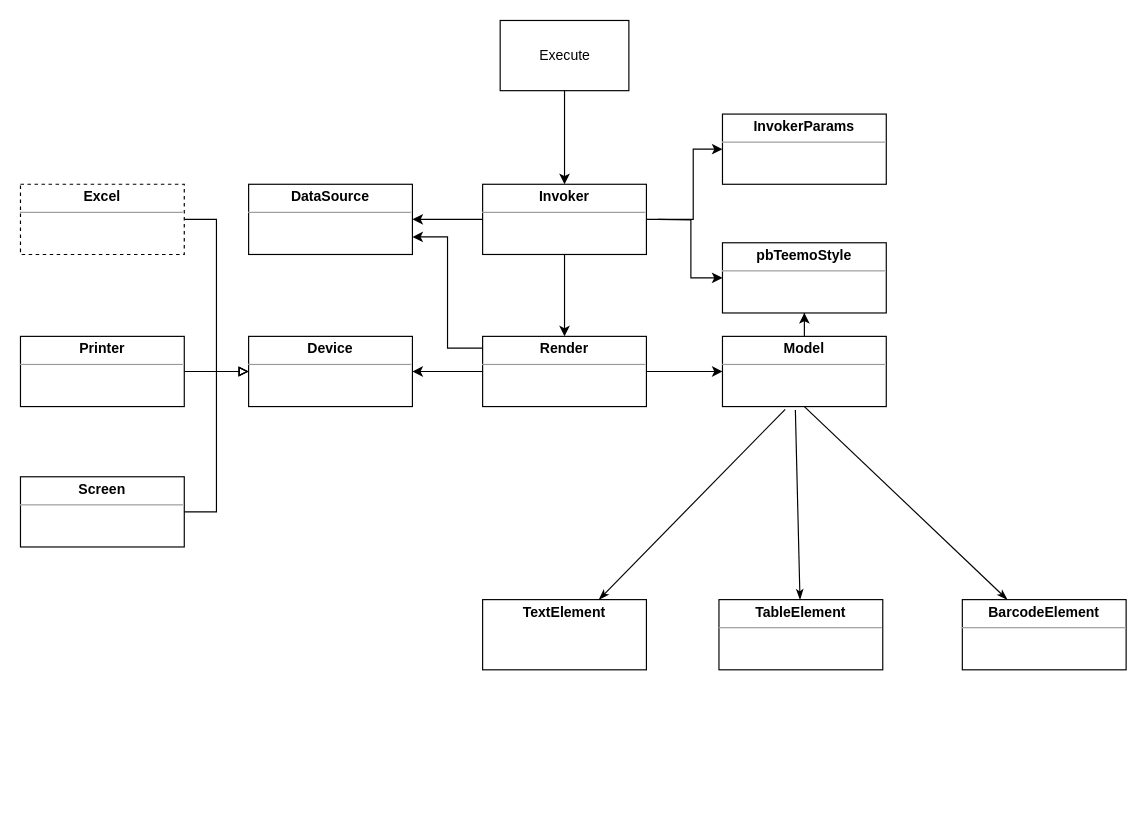
Before: page "类图" (5 of 5) of teemoactivex.drawio in mashifei/uml, a draw.io diagram. Source tidied: cells renumbered, new cells numbered last; positions are measured from the earlier drawing's top-left corner, leaving out a move shared by most shapes. Both pictures are drawn from the tidied source at 117%, with x=0, y=0 at pixel (20, 20).
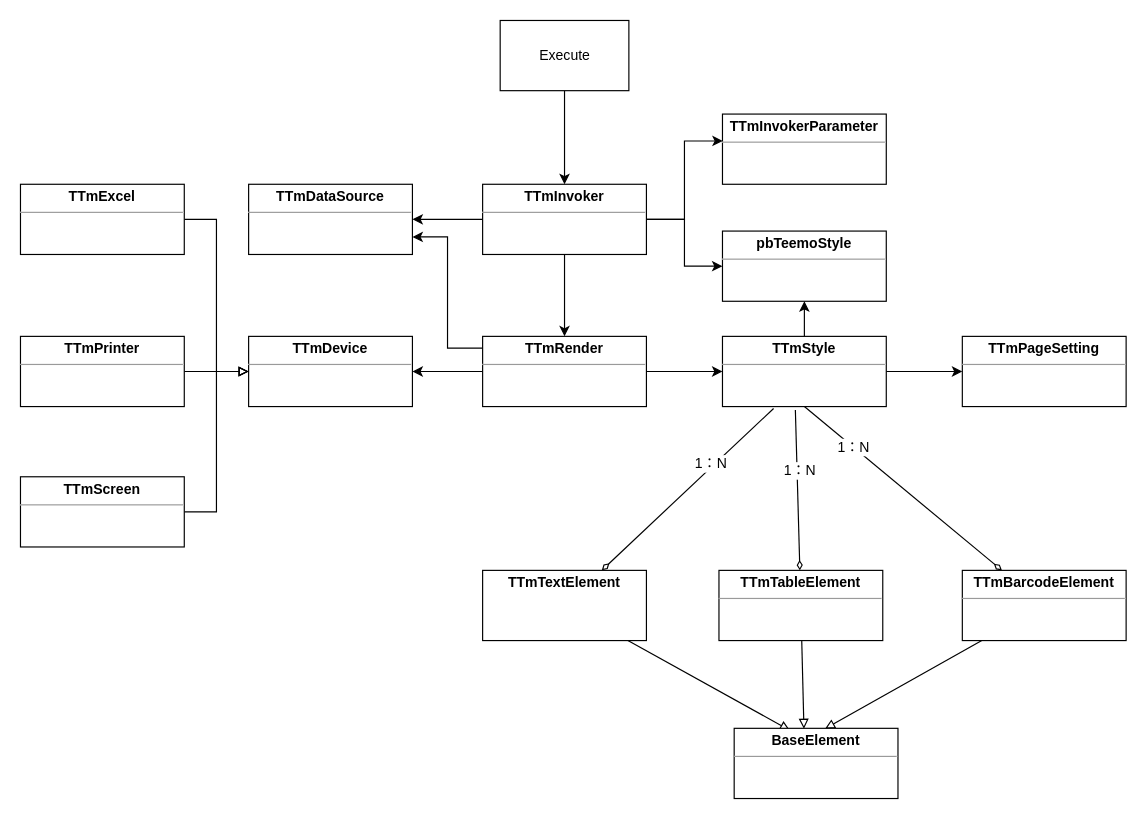
The same diagram, later.

The edit, as a diff of the source:
```diff
@@
+    <mxCell id="6" style="edgeStyle=orthogonalEdgeStyle;rounded=0;jettySize=auto;html=1;entryX=1;entryY=0.5;entryDx=0;entryDy=0;" parent="1" edge="1" source="7" target="24">
+      <mxGeometry relative="1" as="geometry" />
+    </mxCell>
-    <mxCell id="5" style="edgeStyle=orthogonalEdgeStyle;rounded=0;jettySize=auto;html=1;entryX=0;entryY=0.5;entryDx=0;entryDy=0;" parent="1" edge="1" source="7" target="14">
-      <mxGeometry relative="1" as="geometry">
-        <Array as="points">
-          <mxPoint x="575" y="170" />
-          <mxPoint x="575" y="110" />
-        </Array>
-      </mxGeometry>
+    <mxCell id="5" style="edgeStyle=orthogonalEdgeStyle;rounded=0;jettySize=auto;html=1;entryX=0.002;entryY=0.383;entryDx=0;entryDy=0;entryPerimeter=0;startArrow=none;startFill=0;" parent="1" edge="1" source="7" target="14">
+      <mxGeometry relative="1" as="geometry" />
     </mxCell>
-    <mxCell id="6" style="edgeStyle=orthogonalEdgeStyle;rounded=0;jettySize=auto;html=1;entryX=1;entryY=0.5;entryDx=0;entryDy=0;" parent="1" edge="1" source="7" target="24">
-      <mxGeometry relative="1" as="geometry" />
-    </mxCell>
+    <mxCell id="31" style="edgeStyle=orthogonalEdgeStyle;rounded=0;jettySize=auto;html=1;entryX=0;entryY=0.5;entryDx=0;entryDy=0;startArrow=none;startFill=0;" parent="1" edge="1" source="7" target="8">
+      <mxGeometry relative="1" as="geometry" />
+    </mxCell>
-    <mxCell id="7" value="&lt;p style=&quot;margin: 0px ; margin-top: 4px ; text-align: center&quot;&gt;&lt;b&gt;Invoker&lt;/b&gt;&lt;/p&gt;&lt;hr size=&quot;1&quot;&gt;&lt;div style=&quot;height: 2px&quot;&gt;&lt;/div&gt;" style="verticalAlign=top;align=left;overflow=fill;fontSize=12;fontFamily=Helvetica;html=1;" parent="1" vertex="1">
+    <mxCell id="7" value="&lt;p style=&quot;margin: 0px ; margin-top: 4px ; text-align: center&quot;&gt;&lt;b&gt;TTmInvoker&lt;/b&gt;&lt;/p&gt;&lt;hr size=&quot;1&quot;&gt;&lt;div style=&quot;height: 2px&quot;&gt;&lt;/div&gt;" style="verticalAlign=top;align=left;overflow=fill;fontSize=12;fontFamily=Helvetica;html=1;" parent="1" vertex="1">
       <mxGeometry x="395" y="140" width="140" height="60" as="geometry" />
     </mxCell>
     <mxCell id="8" value="&lt;p style=&quot;margin: 0px ; margin-top: 4px ; text-align: center&quot;&gt;&lt;b&gt;pbTeemoStyle&lt;/b&gt;&lt;/p&gt;&lt;hr size=&quot;1&quot;&gt;&lt;div style=&quot;height: 2px&quot;&gt;&lt;/div&gt;" style="verticalAlign=top;align=left;overflow=fill;fontSize=12;fontFamily=Helvetica;html=1;" parent="1" vertex="1">
-      <mxGeometry x="600" y="190" width="140" height="60" as="geometry" />
+      <mxGeometry x="600" y="180" width="140" height="60" as="geometry" />
     </mxCell>
@@
-    <mxCell id="10" style="edgeStyle=orthogonalEdgeStyle;rounded=0;jettySize=auto;html=1;entryX=0;entryY=0.5;entryDx=0;entryDy=0;" parent="1" edge="1" target="8">
-      <mxGeometry relative="1" as="geometry">
-        <mxPoint x="545" y="170" as="sourcePoint" />
-      </mxGeometry>
-    </mxCell>
-    <mxCell id="11" style="edgeStyle=orthogonalEdgeStyle;rounded=0;jettySize=auto;html=1;entryX=0;entryY=0.5;entryDx=0;entryDy=0;" parent="1" edge="1" source="13" target="23">
-      <mxGeometry relative="1" as="geometry" />
-    </mxCell>
@@
+    <mxCell id="32" style="edgeStyle=orthogonalEdgeStyle;rounded=0;jettySize=auto;html=1;entryX=0;entryY=0.5;entryDx=0;entryDy=0;" parent="1" edge="1" source="13">
+      <mxGeometry relative="1" as="geometry">
+        <mxPoint x="600" y="300" as="targetPoint" />
+      </mxGeometry>
+    </mxCell>
-    <mxCell id="13" value="&lt;p style=&quot;margin: 0px ; margin-top: 4px ; text-align: center&quot;&gt;&lt;b&gt;Render&lt;/b&gt;&lt;/p&gt;&lt;hr size=&quot;1&quot;&gt;&lt;div style=&quot;height: 2px&quot;&gt;&lt;/div&gt;" style="verticalAlign=top;align=left;overflow=fill;fontSize=12;fontFamily=Helvetica;html=1;" parent="1" vertex="1">
+    <mxCell id="13" value="&lt;p style=&quot;margin: 0px ; margin-top: 4px ; text-align: center&quot;&gt;&lt;b&gt;TTmRender&lt;/b&gt;&lt;/p&gt;&lt;hr size=&quot;1&quot;&gt;&lt;div style=&quot;height: 2px&quot;&gt;&lt;/div&gt;" style="verticalAlign=top;align=left;overflow=fill;fontSize=12;fontFamily=Helvetica;html=1;" parent="1" vertex="1">
       <mxGeometry x="395" y="270" width="140" height="60" as="geometry" />
     </mxCell>
-    <mxCell id="14" value="&lt;p style=&quot;margin: 0px ; margin-top: 4px ; text-align: center&quot;&gt;&lt;b&gt;InvokerParams&lt;/b&gt;&lt;/p&gt;&lt;hr size=&quot;1&quot;&gt;&lt;div style=&quot;height: 2px&quot;&gt;&lt;/div&gt;" style="verticalAlign=top;align=left;overflow=fill;fontSize=12;fontFamily=Helvetica;html=1;" parent="1" vertex="1">
+    <mxCell id="14" value="&lt;p style=&quot;margin: 0px ; margin-top: 4px ; text-align: center&quot;&gt;&lt;b&gt;TTmInvokerParameter&lt;/b&gt;&lt;/p&gt;&lt;hr size=&quot;1&quot;&gt;&lt;div style=&quot;height: 2px&quot;&gt;&lt;br&gt;&lt;/div&gt;" style="verticalAlign=top;align=left;overflow=fill;fontSize=12;fontFamily=Helvetica;html=1;" parent="1" vertex="1">
       <mxGeometry x="600" y="80" width="140" height="60" as="geometry" />
     </mxCell>
-    <mxCell id="15" style="rounded=0;jettySize=auto;html=1;entryX=0.383;entryY=1.039;entryDx=0;entryDy=0;endArrow=none;endFill=0;entryPerimeter=0;startArrow=classicThin;startFill=1;" parent="1" edge="1" source="16" target="23">
+    <mxCell id="15" style="rounded=0;jettySize=auto;html=1;endArrow=none;endFill=0;startArrow=diamondThin;startFill=0;entryX=0.312;entryY=1.028;entryDx=0;entryDy=0;entryPerimeter=0;" parent="1" edge="1" source="16" target="23">
       <mxGeometry relative="1" as="geometry" />
     </mxCell>
+    <mxCell id="33" value="1：N" style="text;html=1;align=center;verticalAlign=middle;labelBackgroundColor=#ffffff;" parent="15" vertex="1">
+      <mxGeometry x="0.3" y="2" relative="1" as="geometry">
+        <mxPoint x="-1" as="offset" />
+      </mxGeometry>
+    </mxCell>
+    <mxCell id="34" style="rounded=0;jettySize=auto;html=1;entryX=0.34;entryY=0.028;entryDx=0;entryDy=0;entryPerimeter=0;endArrow=block;endFill=0;" parent="1" edge="1" source="16" target="40">
+      <mxGeometry relative="1" as="geometry" />
+    </mxCell>
-    <mxCell id="16" value="&lt;p style=&quot;margin: 0px ; margin-top: 4px ; text-align: center&quot;&gt;&lt;b&gt;TextElement&lt;/b&gt;&lt;/p&gt;" style="verticalAlign=top;align=left;overflow=fill;fontSize=12;fontFamily=Helvetica;html=1;" parent="1" vertex="1">
-      <mxGeometry x="395" y="495" width="140" height="60" as="geometry" />
+    <mxCell id="16" value="&lt;p style=&quot;margin: 0px ; margin-top: 4px ; text-align: center&quot;&gt;&lt;b&gt;TTmTextElement&lt;/b&gt;&lt;/p&gt;" style="verticalAlign=top;align=left;overflow=fill;fontSize=12;fontFamily=Helvetica;html=1;gradientColor=none;" parent="1" vertex="1">
+      <mxGeometry x="395" y="470" width="140" height="60" as="geometry" />
     </mxCell>
-    <mxCell id="17" style="rounded=0;jettySize=auto;html=1;entryX=0.445;entryY=1.05;entryDx=0;entryDy=0;endArrow=none;endFill=0;entryPerimeter=0;startArrow=classicThin;startFill=1;" parent="1" edge="1" source="18" target="23">
+    <mxCell id="17" style="rounded=0;jettySize=auto;html=1;entryX=0.445;entryY=1.05;entryDx=0;entryDy=0;endArrow=none;endFill=0;entryPerimeter=0;startArrow=diamondThin;startFill=0;" parent="1" edge="1" source="18" target="23">
       <mxGeometry relative="1" as="geometry" />
     </mxCell>
+    <mxCell id="35" value="1：N" style="text;html=1;align=center;verticalAlign=middle;labelBackgroundColor=#ffffff;" parent="17" vertex="1">
+      <mxGeometry x="0.24" y="-2" relative="1" as="geometry" />
+    </mxCell>
+    <mxCell id="36" style="edgeStyle=none;rounded=0;jettySize=auto;html=1;entryX=0.426;entryY=0.006;entryDx=0;entryDy=0;entryPerimeter=0;endArrow=block;endFill=0;" parent="1" edge="1" source="18" target="40">
+      <mxGeometry relative="1" as="geometry" />
+    </mxCell>
-    <mxCell id="18" value="&lt;p style=&quot;margin: 0px ; margin-top: 4px ; text-align: center&quot;&gt;&lt;b&gt;TableElement&lt;/b&gt;&lt;/p&gt;&lt;hr size=&quot;1&quot;&gt;&lt;div style=&quot;height: 2px&quot;&gt;&lt;/div&gt;" style="verticalAlign=top;align=left;overflow=fill;fontSize=12;fontFamily=Helvetica;html=1;" parent="1" vertex="1">
-      <mxGeometry x="597" y="495" width="140" height="60" as="geometry" />
+    <mxCell id="18" value="&lt;p style=&quot;margin: 0px ; margin-top: 4px ; text-align: center&quot;&gt;&lt;b&gt;TTmTableElement&lt;/b&gt;&lt;/p&gt;&lt;hr size=&quot;1&quot;&gt;&lt;div style=&quot;height: 2px&quot;&gt;&lt;/div&gt;" style="verticalAlign=top;align=left;overflow=fill;fontSize=12;fontFamily=Helvetica;html=1;" parent="1" vertex="1">
+      <mxGeometry x="597" y="470" width="140" height="60" as="geometry" />
     </mxCell>
-    <mxCell id="19" style="rounded=0;jettySize=auto;html=1;endArrow=none;endFill=0;entryX=0.5;entryY=1;entryDx=0;entryDy=0;startArrow=classicThin;startFill=1;" parent="1" edge="1" source="20" target="23">
+    <mxCell id="19" style="rounded=0;jettySize=auto;html=1;endArrow=none;endFill=0;entryX=0.5;entryY=1;entryDx=0;entryDy=0;startArrow=diamondThin;startFill=0;" parent="1" edge="1" source="20" target="23">
       <mxGeometry relative="1" as="geometry" />
     </mxCell>
+    <mxCell id="37" value="1：N" style="text;html=1;align=center;verticalAlign=middle;labelBackgroundColor=#ffffff;" parent="19" vertex="1">
+      <mxGeometry x="0.51" relative="1" as="geometry" />
+    </mxCell>
+    <mxCell id="38" style="edgeStyle=none;rounded=0;jettySize=auto;html=1;entryX=0.555;entryY=0.006;entryDx=0;entryDy=0;entryPerimeter=0;endArrow=block;endFill=0;" parent="1" edge="1" source="20" target="40">
+      <mxGeometry relative="1" as="geometry" />
+    </mxCell>
-    <mxCell id="20" value="&lt;p style=&quot;margin: 0px ; margin-top: 4px ; text-align: center&quot;&gt;&lt;b&gt;BarcodeElement&lt;/b&gt;&lt;/p&gt;&lt;hr size=&quot;1&quot;&gt;&lt;div style=&quot;height: 2px&quot;&gt;&lt;/div&gt;" style="verticalAlign=top;align=left;overflow=fill;fontSize=12;fontFamily=Helvetica;html=1;" parent="1" vertex="1">
-      <mxGeometry x="805" y="495" width="140" height="60" as="geometry" />
+    <mxCell id="20" value="&lt;p style=&quot;margin: 0px ; margin-top: 4px ; text-align: center&quot;&gt;&lt;b&gt;TTmBarcodeElement&lt;/b&gt;&lt;/p&gt;&lt;hr size=&quot;1&quot;&gt;&lt;div style=&quot;height: 2px&quot;&gt;&lt;/div&gt;" style="verticalAlign=top;align=left;overflow=fill;fontSize=12;fontFamily=Helvetica;html=1;" parent="1" vertex="1">
+      <mxGeometry x="805" y="470" width="140" height="60" as="geometry" />
     </mxCell>
-    <mxCell id="21" value="&lt;p style=&quot;margin: 0px ; margin-top: 4px ; text-align: center&quot;&gt;&lt;b&gt;Device&lt;/b&gt;&lt;/p&gt;&lt;hr size=&quot;1&quot;&gt;&lt;div style=&quot;height: 2px&quot;&gt;&lt;/div&gt;" style="verticalAlign=top;align=left;overflow=fill;fontSize=12;fontFamily=Helvetica;html=1;" parent="1" vertex="1">
+    <mxCell id="21" value="&lt;p style=&quot;margin: 0px ; margin-top: 4px ; text-align: center&quot;&gt;&lt;b&gt;TTmDevice&lt;/b&gt;&lt;/p&gt;&lt;hr size=&quot;1&quot;&gt;&lt;div style=&quot;height: 2px&quot;&gt;&lt;/div&gt;" style="verticalAlign=top;align=left;overflow=fill;fontSize=12;fontFamily=Helvetica;html=1;" parent="1" vertex="1">
       <mxGeometry x="195" y="270" width="140" height="60" as="geometry" />
     </mxCell>
+    <mxCell id="39" style="edgeStyle=orthogonalEdgeStyle;rounded=0;jettySize=auto;html=1;entryX=0;entryY=0.5;entryDx=0;entryDy=0;startArrow=none;startFill=0;" parent="1" edge="1" source="23" target="41">
+      <mxGeometry relative="1" as="geometry" />
+    </mxCell>
-    <mxCell id="22" style="edgeStyle=orthogonalEdgeStyle;rounded=0;jettySize=auto;html=1;entryX=0.5;entryY=1;entryDx=0;entryDy=0;" parent="1" edge="1" source="23" target="8">
+    <mxCell id="22" style="edgeStyle=orthogonalEdgeStyle;rounded=0;jettySize=auto;html=1;entryX=0.5;entryY=1;entryDx=0;entryDy=0;startArrow=none;startFill=0;" parent="1" edge="1" source="23" target="8">
       <mxGeometry relative="1" as="geometry" />
     </mxCell>
-    <mxCell id="23" value="&lt;p style=&quot;margin: 0px ; margin-top: 4px ; text-align: center&quot;&gt;&lt;b&gt;Model&lt;/b&gt;&lt;/p&gt;&lt;hr size=&quot;1&quot;&gt;&lt;div style=&quot;height: 2px&quot;&gt;&lt;/div&gt;" style="verticalAlign=top;align=left;overflow=fill;fontSize=12;fontFamily=Helvetica;html=1;" parent="1" vertex="1">
+    <mxCell id="23" value="&lt;p style=&quot;margin: 0px ; margin-top: 4px ; text-align: center&quot;&gt;&lt;b&gt;TTmStyle&lt;/b&gt;&lt;/p&gt;&lt;hr size=&quot;1&quot;&gt;&lt;div style=&quot;height: 2px&quot;&gt;&lt;/div&gt;" style="verticalAlign=top;align=left;overflow=fill;fontSize=12;fontFamily=Helvetica;html=1;" parent="1" vertex="1">
       <mxGeometry x="600" y="270" width="140" height="60" as="geometry" />
     </mxCell>
-    <mxCell id="24" value="&lt;p style=&quot;margin: 0px ; margin-top: 4px ; text-align: center&quot;&gt;&lt;b&gt;DataSource&lt;/b&gt;&lt;/p&gt;&lt;hr size=&quot;1&quot;&gt;&lt;div style=&quot;height: 2px&quot;&gt;&lt;/div&gt;" style="verticalAlign=top;align=left;overflow=fill;fontSize=12;fontFamily=Helvetica;html=1;" parent="1" vertex="1">
+    <mxCell id="24" value="&lt;p style=&quot;margin: 0px ; margin-top: 4px ; text-align: center&quot;&gt;&lt;b&gt;TTmDataSource&lt;/b&gt;&lt;/p&gt;&lt;hr size=&quot;1&quot;&gt;&lt;div style=&quot;height: 2px&quot;&gt;&lt;/div&gt;" style="verticalAlign=top;align=left;overflow=fill;fontSize=12;fontFamily=Helvetica;html=1;" parent="1" vertex="1">
       <mxGeometry x="195" y="140" width="140" height="60" as="geometry" />
     </mxCell>
@@
-    <mxCell id="26" value="&lt;p style=&quot;margin: 0px ; margin-top: 4px ; text-align: center&quot;&gt;&lt;b&gt;Excel&lt;/b&gt;&lt;/p&gt;&lt;hr size=&quot;1&quot;&gt;&lt;div style=&quot;height: 2px&quot;&gt;&lt;/div&gt;" style="verticalAlign=top;align=left;overflow=fill;fontSize=12;fontFamily=Helvetica;html=1;dashed=1;" parent="1" vertex="1">
+    <mxCell id="26" value="&lt;p style=&quot;margin: 0px ; margin-top: 4px ; text-align: center&quot;&gt;&lt;b&gt;TTmExcel&lt;/b&gt;&lt;/p&gt;&lt;hr size=&quot;1&quot;&gt;&lt;div style=&quot;height: 2px&quot;&gt;&lt;/div&gt;" style="verticalAlign=top;align=left;overflow=fill;fontSize=12;fontFamily=Helvetica;html=1;" parent="1" vertex="1">
       <mxGeometry y="140" width="140" height="60" as="geometry" />
     </mxCell>
@@
-    <mxCell id="28" value="&lt;p style=&quot;margin: 0px ; margin-top: 4px ; text-align: center&quot;&gt;&lt;b&gt;Printer&lt;/b&gt;&lt;/p&gt;&lt;hr size=&quot;1&quot;&gt;&lt;div style=&quot;height: 2px&quot;&gt;&lt;/div&gt;" style="verticalAlign=top;align=left;overflow=fill;fontSize=12;fontFamily=Helvetica;html=1;" parent="1" vertex="1">
+    <mxCell id="28" value="&lt;p style=&quot;margin: 0px ; margin-top: 4px ; text-align: center&quot;&gt;&lt;b&gt;TTmPrinter&lt;/b&gt;&lt;/p&gt;&lt;hr size=&quot;1&quot;&gt;&lt;div style=&quot;height: 2px&quot;&gt;&lt;/div&gt;" style="verticalAlign=top;align=left;overflow=fill;fontSize=12;fontFamily=Helvetica;html=1;" parent="1" vertex="1">
       <mxGeometry y="270" width="140" height="60" as="geometry" />
     </mxCell>
@@
-    <mxCell id="30" value="&lt;p style=&quot;margin: 0px ; margin-top: 4px ; text-align: center&quot;&gt;&lt;b&gt;Screen&lt;/b&gt;&lt;/p&gt;&lt;hr size=&quot;1&quot;&gt;&lt;div style=&quot;height: 2px&quot;&gt;&lt;/div&gt;" style="verticalAlign=top;align=left;overflow=fill;fontSize=12;fontFamily=Helvetica;html=1;" parent="1" vertex="1">
+    <mxCell id="30" value="&lt;p style=&quot;margin: 0px ; margin-top: 4px ; text-align: center&quot;&gt;&lt;b&gt;TTmScreen&lt;/b&gt;&lt;/p&gt;&lt;hr size=&quot;1&quot;&gt;&lt;div style=&quot;height: 2px&quot;&gt;&lt;br&gt;&lt;/div&gt;" style="verticalAlign=top;align=left;overflow=fill;fontSize=12;fontFamily=Helvetica;html=1;" parent="1" vertex="1">
       <mxGeometry y="390" width="140" height="60" as="geometry" />
     </mxCell>
+    <mxCell id="40" value="&lt;p style=&quot;margin: 0px ; margin-top: 4px ; text-align: center&quot;&gt;&lt;b&gt;BaseElement&lt;/b&gt;&lt;/p&gt;&lt;hr size=&quot;1&quot;&gt;&lt;div style=&quot;height: 2px&quot;&gt;&lt;/div&gt;" style="verticalAlign=top;align=left;overflow=fill;fontSize=12;fontFamily=Helvetica;html=1;" parent="1" vertex="1">
+      <mxGeometry x="610" y="605" width="140" height="60" as="geometry" />
+    </mxCell>
+    <mxCell id="41" value="&lt;p style=&quot;margin: 0px ; margin-top: 4px ; text-align: center&quot;&gt;&lt;b&gt;TTmPageSetting&lt;/b&gt;&lt;/p&gt;&lt;hr size=&quot;1&quot;&gt;&lt;div style=&quot;height: 2px&quot;&gt;&lt;/div&gt;" style="verticalAlign=top;align=left;overflow=fill;fontSize=12;fontFamily=Helvetica;html=1;" parent="1" vertex="1">
+      <mxGeometry x="805" y="270" width="140" height="60" as="geometry" />
+    </mxCell>
```
